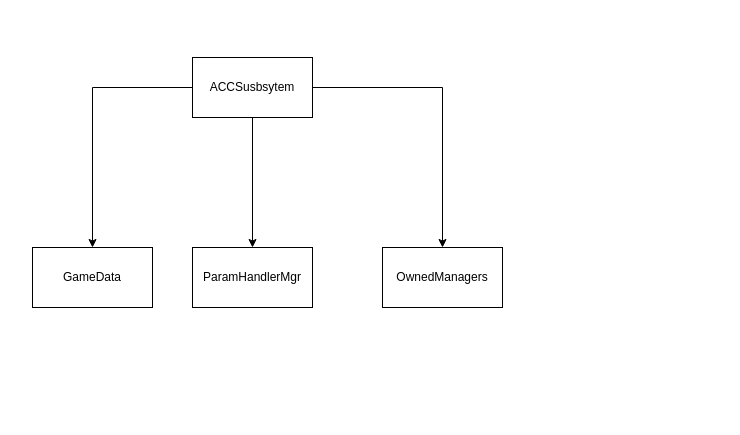
Before: acc_system.drawio in SomndusStudio/Documentation, a draw.io diagram. Source tidied: cells renumbered, new cells numbered last; positions are measured from the earlier drawing's top-left corner, leaving out a move shared by most shapes. Both pictures are drawn from the tidied source at 100%, with x=0, y=0 at pixel (32, 57).
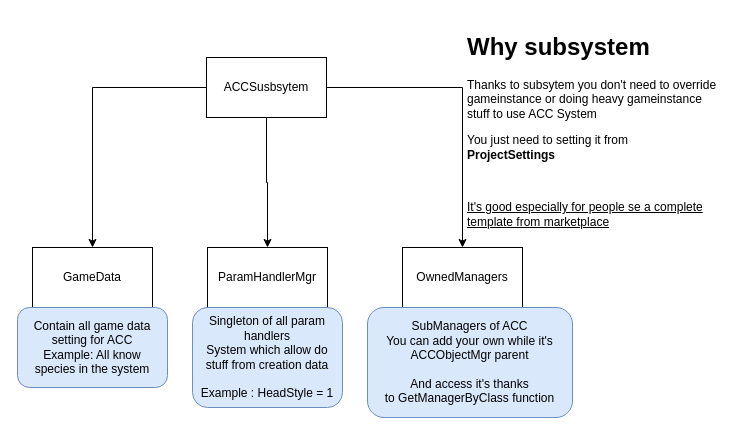
Above is the later version.

Commit message (it also covers changes not shown here):
Mettre à jour acc_system.drawio

Change to the diagram source:
```diff
@@
 <mxGraphModel>
   <root>
     <mxCell id="0" />
     <mxCell id="1" parent="0" />
     <mxCell id="2" style="edgeStyle=orthogonalEdgeStyle;rounded=0;jettySize=auto;html=1;entryX=0.5;entryY=0;entryDx=0;entryDy=0;" parent="1" edge="1" source="5" target="6">
       <mxGeometry relative="1" as="geometry" />
     </mxCell>
     <mxCell id="3" style="edgeStyle=orthogonalEdgeStyle;rounded=0;jettySize=auto;html=1;" parent="1" edge="1" source="5" target="7">
       <mxGeometry relative="1" as="geometry" />
     </mxCell>
     <mxCell id="4" style="edgeStyle=orthogonalEdgeStyle;rounded=0;jettySize=auto;html=1;" parent="1" edge="1" source="5" target="8">
       <mxGeometry relative="1" as="geometry" />
     </mxCell>
     <mxCell id="5" value="ACCSusbsytem" style="rounded=0;whiteSpace=wrap;html=1;" parent="1" vertex="1">
-      <mxGeometry x="160" width="120" height="60" as="geometry" />
+      <mxGeometry x="174" width="120" height="60" as="geometry" />
     </mxCell>
     <mxCell id="6" value="GameData" style="rounded=0;whiteSpace=wrap;html=1;" parent="1" vertex="1">
       <mxGeometry y="190" width="120" height="60" as="geometry" />
     </mxCell>
     <mxCell id="7" value="ParamHandlerMgr" style="rounded=0;whiteSpace=wrap;html=1;" parent="1" vertex="1">
-      <mxGeometry x="160" y="190" width="120" height="60" as="geometry" />
+      <mxGeometry x="175" y="190" width="120" height="60" as="geometry" />
     </mxCell>
     <mxCell id="8" value="OwnedManagers" style="rounded=0;whiteSpace=wrap;html=1;" parent="1" vertex="1">
-      <mxGeometry x="350" y="190" width="120" height="60" as="geometry" />
+      <mxGeometry x="370" y="190" width="120" height="60" as="geometry" />
     </mxCell>
+    <mxCell id="9" value="Contain all game data setting for ACC&lt;br&gt;Example: All know species in the system" style="rounded=1;whiteSpace=wrap;html=1;fillColor=#dae8fc;strokeColor=#6c8ebf;labelPadding=0;spacing=7;" parent="1" vertex="1">
+      <mxGeometry x="-15" y="250" width="150" height="80" as="geometry" />
+    </mxCell>
+    <mxCell id="10" value="Singleton of all param handlers&lt;br&gt;System which allow do stuff from creation data&lt;br&gt;&lt;br&gt;Example : HeadStyle = 1" style="rounded=1;whiteSpace=wrap;html=1;fillColor=#dae8fc;strokeColor=#6c8ebf;labelPadding=0;spacing=7;" parent="1" vertex="1">
+      <mxGeometry x="160" y="250" width="150" height="100" as="geometry" />
+    </mxCell>
+    <mxCell id="11" value="SubManagers of ACC&lt;br&gt;You can add your own while it's ACCObjectMgr parent&lt;br&gt;&lt;br&gt;And access it's thanks to&amp;nbsp;GetManagerByClass function" style="rounded=1;whiteSpace=wrap;html=1;fillColor=#dae8fc;strokeColor=#6c8ebf;labelPadding=0;spacing=7;" parent="1" vertex="1">
+      <mxGeometry x="335" y="250" width="205" height="110" as="geometry" />
+    </mxCell>
+    <mxCell id="12" value="&lt;h1&gt;Why subsystem&lt;/h1&gt;&lt;p&gt;Thanks to subsytem you don't need to override gameinstance or doing heavy gameinstance stuff to use ACC System&lt;/p&gt;&lt;p&gt;You just need to setting it from &lt;b&gt;ProjectSettings&lt;/b&gt;&lt;/p&gt;&lt;p&gt;&lt;b&gt;&lt;br&gt;&lt;/b&gt;&lt;/p&gt;&lt;p&gt;&lt;u&gt;It's good especially for people se a complete template from marketplace&lt;/u&gt;&lt;/p&gt;" style="text;html=1;strokeColor=none;fillColor=none;spacing=5;spacingTop=-20;whiteSpace=wrap;overflow=hidden;rounded=0;" parent="1" vertex="1">
+      <mxGeometry x="430" y="-30" width="260" height="210" as="geometry" />
+    </mxCell>
   </root>
 </mxGraphModel>
```
